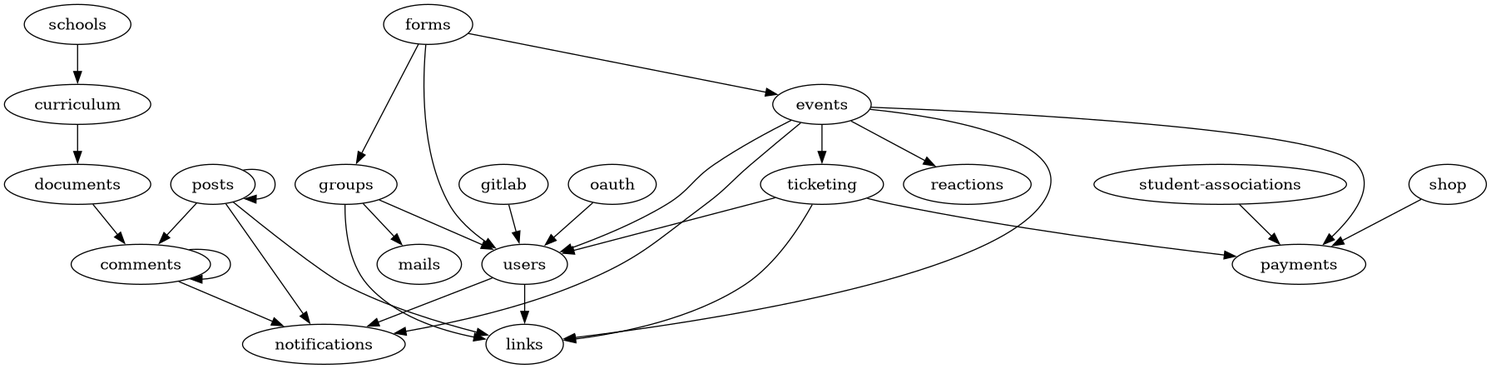
inp-net/churros keeps this Graphviz diagram as packages/api/scripts/modules-import-graph.png. Above is the earlier version. Its source is kept beside it as packages/api/scripts/modules-import-graph.dot.
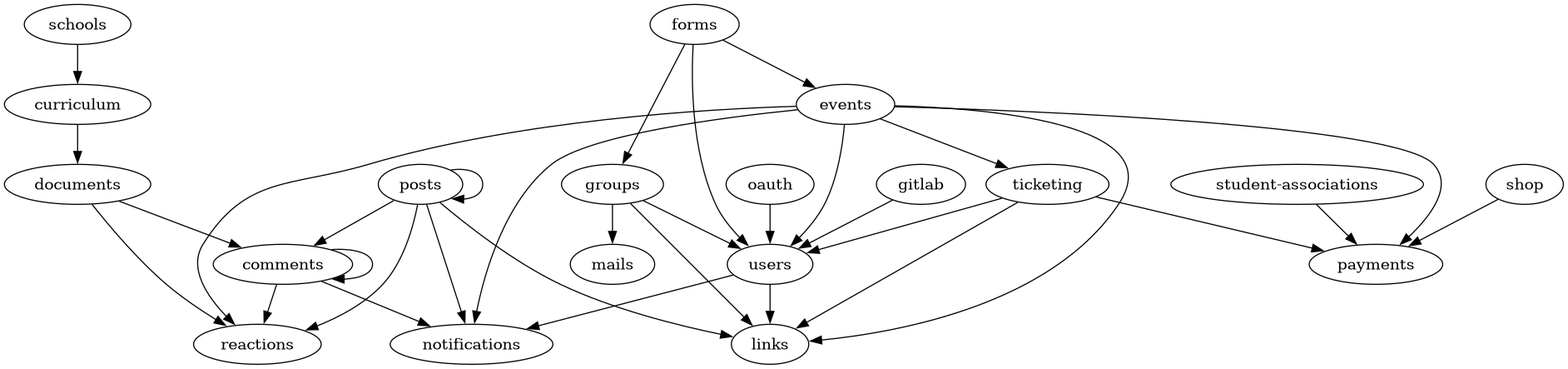
The same file after the commit.

What changed in the source:
```diff
@@ -1,8 +1,10 @@
 strict digraph ImportGraph {
     "comments" -> "comments";
+    "comments" -> "reactions";
     "comments" -> "notifications";
     "curriculum" -> "documents";
     "documents" -> "comments";
+    "documents" -> "reactions";
     "events" -> "ticketing";
     "events" -> "notifications";
     "events" -> "users";
@@ -19,6 +21,7 @@
     "oauth" -> "users";
     "posts" -> "notifications";
     "posts" -> "comments";
+    "posts" -> "reactions";
     "posts" -> "posts";
     "posts" -> "links";
     "schools" -> "curriculum";
```
